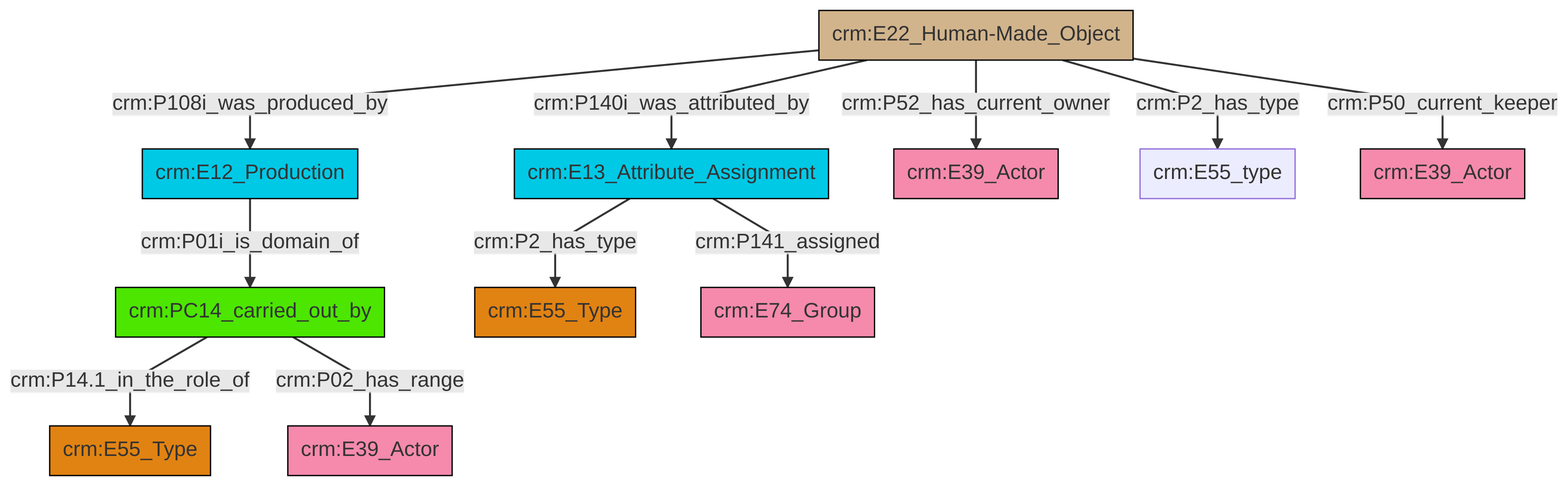
This is et/artworkCSV/ttl/mmd/png/Artwork_Actor_Relations.png from swiss-art-research-net/docs.swissartresearch, a Mermaid export, as it was before one commit. Its source is kept beside it as et/artworkCSV/ttl/mmd/Artwork_Actor_Relations.ttl.mmd.
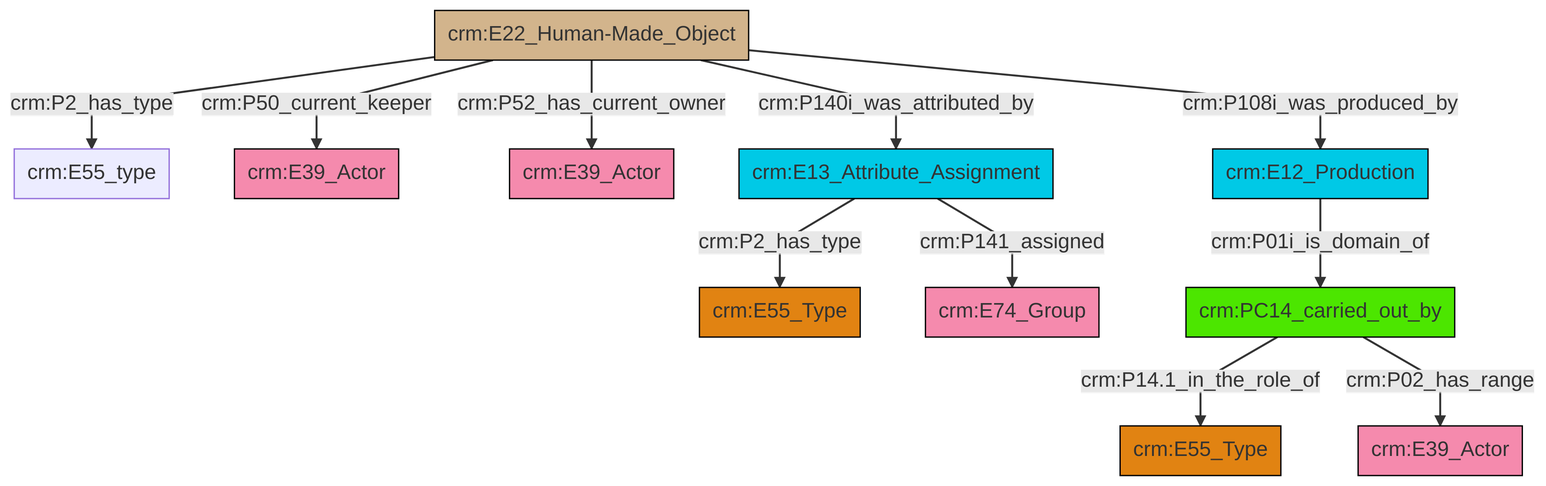
After the change.

What changed in the source:
```diff
@@ -13,13 +13,13 @@
 classDef PC_Classes fill:#4ce600, stroke:#000000;
 classDef Multi fill:#cccccc,stroke:#000000;
 
-0["crm:PC14_carried_out_by"]:::PC_Classes -->|crm:P14.1_in_the_role_of| 1["crm:E55_Type"]:::Type
-2["crm:E12_Production"]:::Temporal_Entity -->|crm:P01i_is_domain_of| 0["crm:PC14_carried_out_by"]:::PC_Classes
-3["crm:E13_Attribute_Assignment"]:::Temporal_Entity -->|crm:P2_has_type| 4["crm:E55_Type"]:::Type
-0["crm:PC14_carried_out_by"]:::PC_Classes -->|crm:P02_has_range| 8["crm:E39_Actor"]:::Actor
-12["crm:E22_Human-Made_Object"]:::Physical_Thing -->|crm:P140i_was_attributed_by| 3["crm:E13_Attribute_Assignment"]:::Temporal_Entity
-12["crm:E22_Human-Made_Object"]:::Physical_Thing -->|crm:P2_has_type| 13["crm:E55_type"]:::Default
-12["crm:E22_Human-Made_Object"]:::Physical_Thing -->|crm:P52_has_current_owner| 10["crm:E39_Actor"]:::Actor
-3["crm:E13_Attribute_Assignment"]:::Temporal_Entity -->|crm:P141_assigned| 6["crm:E74_Group"]:::Actor
-12["crm:E22_Human-Made_Object"]:::Physical_Thing -->|crm:P108i_was_produced_by| 2["crm:E12_Production"]:::Temporal_Entity
-12["crm:E22_Human-Made_Object"]:::Physical_Thing -->|crm:P50_current_keeper| 15["crm:E39_Actor"]:::Actor
+6["crm:E22_Human-Made_Object"]:::Physical_Thing -->|crm:P140i_was_attributed_by| 7["crm:E13_Attribute_Assignment"]:::Temporal_Entity
+6["crm:E22_Human-Made_Object"]:::Physical_Thing -->|crm:P2_has_type| 0["crm:E55_type"]:::Default
+7["crm:E13_Attribute_Assignment"]:::Temporal_Entity -->|crm:P141_assigned| 10["crm:E74_Group"]:::Actor
+11["crm:PC14_carried_out_by"]:::PC_Classes -->|crm:P14.1_in_the_role_of| 12["crm:E55_Type"]:::Type
+6["crm:E22_Human-Made_Object"]:::Physical_Thing -->|crm:P52_has_current_owner| 4["crm:E39_Actor"]:::Actor
+13["crm:E12_Production"]:::Temporal_Entity -->|crm:P01i_is_domain_of| 11["crm:PC14_carried_out_by"]:::PC_Classes
+7["crm:E13_Attribute_Assignment"]:::Temporal_Entity -->|crm:P2_has_type| 8["crm:E55_Type"]:::Type
+11["crm:PC14_carried_out_by"]:::PC_Classes -->|crm:P02_has_range| 17["crm:E39_Actor"]:::Actor
+6["crm:E22_Human-Made_Object"]:::Physical_Thing -->|crm:P108i_was_produced_by| 13["crm:E12_Production"]:::Temporal_Entity
+6["crm:E22_Human-Made_Object"]:::Physical_Thing -->|crm:P50_current_keeper| 2["crm:E39_Actor"]:::Actor
```
